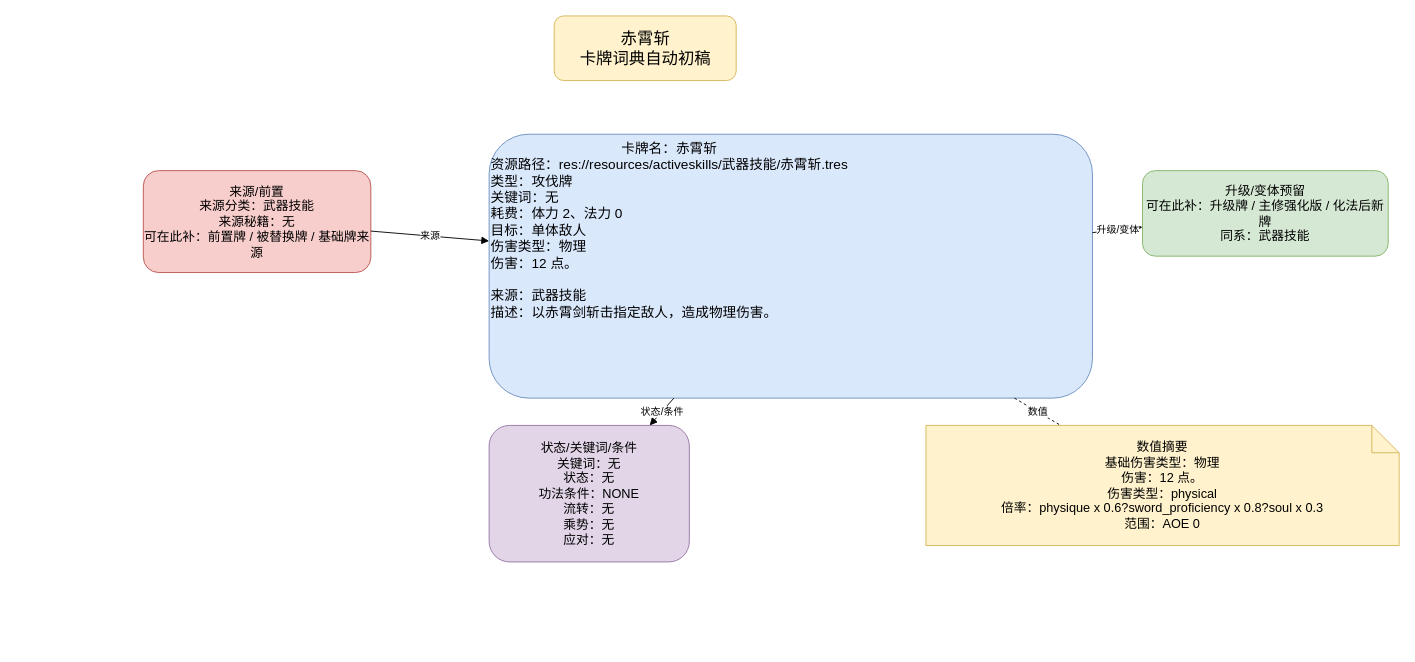
Before: page "赤霄斩" (1 of 2) of docs/卡牌词典/武器技能/赤霄斩.drawio in ankundanetracyc-spec/tian-guan-you-du, a draw.io diagram. Source tidied: cells renumbered, new cells numbered last; positions are measured from the earlier drawing's top-left corner, leaving out a move shared by most shapes. Both pictures are drawn from the tidied source at 91%, with x=0, y=0 at pixel (143, 15).
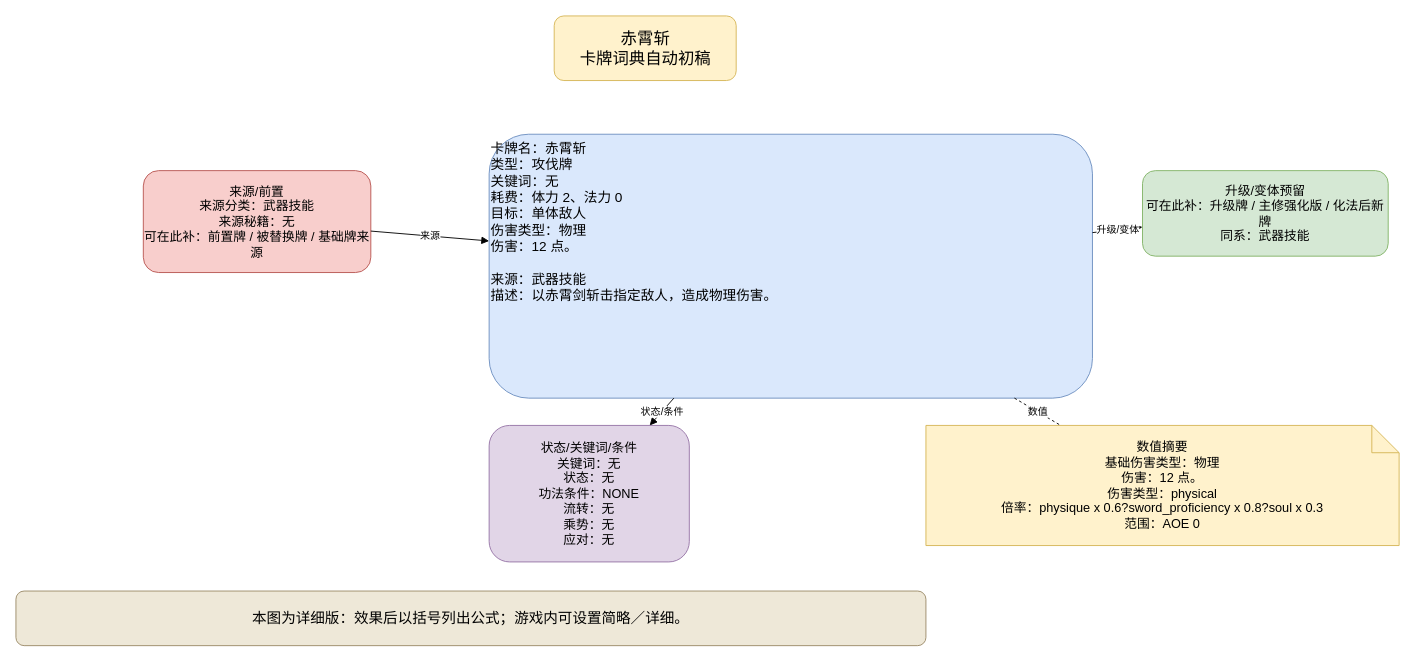
The same page after the edit.

What changed in the source:
```diff
@@
 <mxGraphModel>
   <root>
     <mxCell id="0" />
     <mxCell id="1" parent="0" />
     <mxCell id="2" value="赤霄斩&#10;卡牌词典自动初稿" style="rounded=1;whiteSpace=wrap;html=1;fillColor=#fff2cc;strokeColor=#d6b656;fontSize=18;" parent="1" vertex="1">
       <mxGeometry x="451.5" width="200" height="71" as="geometry" />
     </mxCell>
-    <mxCell id="3" value="&lt;div style=&quot;text-align:center;&quot;&gt;卡牌名：赤霄斩&lt;/div&gt;&lt;div style=&quot;text-align:left;&quot;&gt;资源路径：res://resources/activeskills/武器技能/赤霄斩.tres&lt;br&gt;类型：攻伐牌&lt;br&gt;关键词：无&lt;br&gt;耗费：体力 2、法力 0&lt;br&gt;目标：单体敌人&lt;br&gt;伤害类型：物理&lt;br&gt;伤害：12 点。&lt;/div&gt;&lt;br&gt;来源：武器技能&lt;br&gt;描述：以赤霄剑斩击指定敌人，造成物理伤害。" style="rounded=1;whiteSpace=wrap;html=1;fillColor=#dae8fc;strokeColor=#6c8ebf;fontSize=15;align=left;verticalAlign=top;" parent="1" vertex="1">
+    <mxCell id="3" value="卡牌名：赤霄斩&#10;类型：攻伐牌&#10;关键词：无&#10;耗费：体力 2、法力 0&#10;目标：单体敌人&#10;伤害类型：物理&#10;伤害：12 点。&#10;&#10;来源：武器技能&#10;描述：以赤霄剑斩击指定敌人，造成物理伤害。" style="rounded=1;whiteSpace=wrap;html=1;fillColor=#dae8fc;strokeColor=#6c8ebf;fontSize=15;align=left;verticalAlign=top;" parent="1" vertex="1">
       <mxGeometry x="380" y="130" width="663" height="290" as="geometry" />
     </mxCell>
     <mxCell id="4" value="来源/前置&#10;来源分类：武器技能&#10;来源秘籍：无&#10;可在此补：前置牌 / 被替换牌 / 基础牌来源" style="rounded=1;whiteSpace=wrap;html=1;fillColor=#f8cecc;strokeColor=#b85450;fontSize=14;" parent="1" vertex="1">
       <mxGeometry y="170" width="250" height="112" as="geometry" />
     </mxCell>
     <mxCell id="5" value="升级/变体预留&#10;可在此补：升级牌 / 主修强化版 / 化法后新牌&#10;同系：武器技能" style="rounded=1;whiteSpace=wrap;html=1;fillColor=#d5e8d4;strokeColor=#82b366;fontSize=14;" parent="1" vertex="1">
       <mxGeometry x="1098" y="170" width="270" height="94" as="geometry" />
     </mxCell>
     <mxCell id="6" value="状态/关键词/条件&#10;关键词：无&#10;状态：无&#10;功法条件：NONE&#10;流转：无&#10;乘势：无&#10;应对：无" style="rounded=1;whiteSpace=wrap;html=1;fillColor=#e1d5e7;strokeColor=#9673a6;fontSize=14;" parent="1" vertex="1">
       <mxGeometry x="380" y="450" width="220" height="150" as="geometry" />
     </mxCell>
     <mxCell id="7" value="数值摘要&lt;br&gt;基础伤害类型：物理&lt;br&gt;伤害：12 点。&lt;br&gt;伤害类型：physical&lt;br&gt;倍率：physique x 0.6?sword_proficiency x 0.8?soul x 0.3&lt;br&gt;范围：AOE 0" style="shape=note;whiteSpace=wrap;html=1;fillColor=#fff2cc;strokeColor=#d6b656;fontSize=14;" parent="1" vertex="1">
       <mxGeometry x="860" y="450" width="520" height="132" as="geometry" />
     </mxCell>
     <mxCell id="8" value="来源" style="endArrow=block;html=1;rounded=0;" parent="1" edge="1" source="4" target="3">
       <mxGeometry relative="1" as="geometry" />
     </mxCell>
     <mxCell id="9" value="升级/变体" style="endArrow=block;html=1;rounded=0;" parent="1" edge="1" source="3" target="5">
       <mxGeometry relative="1" as="geometry" />
     </mxCell>
     <mxCell id="10" value="状态/条件" style="endArrow=block;html=1;rounded=0;" parent="1" edge="1" source="3" target="6">
       <mxGeometry relative="1" as="geometry" />
     </mxCell>
     <mxCell id="11" value="数值" style="endArrow=none;dashed=1;html=1;" parent="1" edge="1" source="3" target="7">
       <mxGeometry relative="1" as="geometry" />
     </mxCell>
+    <mxCell id="12" value="本图为详细版：效果后以括号列出公式；游戏内可设置简略／详细。" style="rounded=1;whiteSpace=wrap;html=1;fillColor=#eee8d8;strokeColor=#9a8967;fontSize=16;" parent="1" vertex="1">
+      <mxGeometry x="-140" y="632" width="1000" height="60" as="geometry" />
+    </mxCell>
   </root>
 </mxGraphModel>
```
